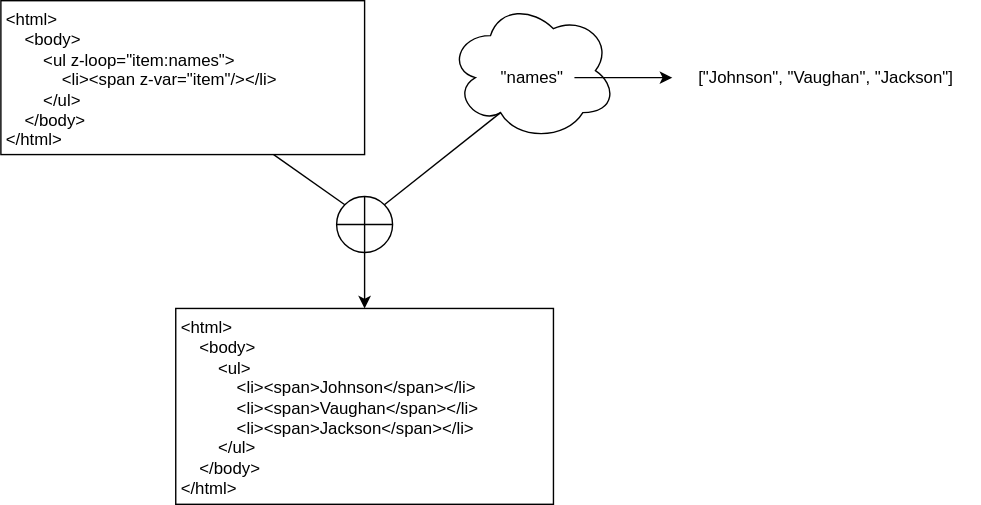
Earlier version of the draw.io export sdxpy/template/api.svg (gvwilson/thirdbit). Source tidied: cells renumbered, new cells last; positions are measured from the earlier drawing's top-left corner, leaving out a move shared by most shapes.
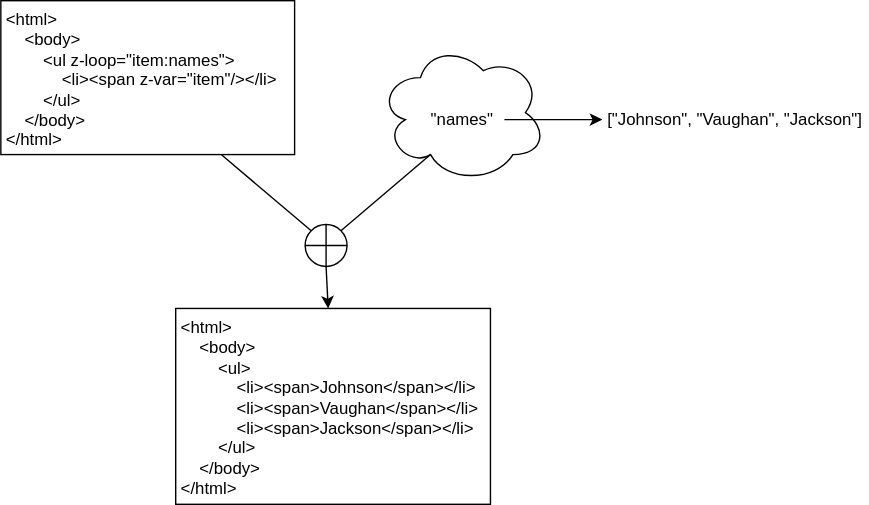
The same diagram one commit later.

Diff of the diagram source:
```diff
@@ -2,34 +2,34 @@
   <root>
     <mxCell id="0" />
     <mxCell id="1" parent="0" />
-    <mxCell id="2" style="ellipse;shape=cloud;whiteSpace=wrap;html=1;fillColor=none;fontFamily=Verdana;" parent="1" vertex="1">
-      <mxGeometry x="320" width="120" height="100" as="geometry" />
+    <mxCell id="2" style="ellipse;shape=cloud;whiteSpace=wrap;html=1;fillColor=none;fontFamily=Helvetica;fontSize=12;" parent="1" vertex="1">
+      <mxGeometry x="230" y="30" width="120" height="100" as="geometry" />
     </mxCell>
-    <mxCell id="3" value="&quot;names&quot;" style="text;html=1;strokeColor=none;fillColor=none;align=center;verticalAlign=middle;whiteSpace=wrap;rounded=0;fontFamily=Verdana;" parent="1" vertex="1">
-      <mxGeometry x="350" y="40" width="60" height="30" as="geometry" />
+    <mxCell id="3" value="&quot;names&quot;" style="text;html=1;strokeColor=none;fillColor=none;align=center;verticalAlign=middle;whiteSpace=wrap;rounded=0;fontFamily=Helvetica;fontSize=12;" parent="1" vertex="1">
+      <mxGeometry x="260" y="70" width="60" height="30" as="geometry" />
     </mxCell>
-    <mxCell id="4" value="[&quot;Johnson&quot;, &quot;Vaughan&quot;, &quot;Jackson&quot;]" style="text;html=1;strokeColor=none;fillColor=none;align=center;verticalAlign=middle;whiteSpace=wrap;rounded=0;fontFamily=Verdana;" parent="1" vertex="1">
-      <mxGeometry x="480" y="40" width="220" height="30" as="geometry" />
+    <mxCell id="4" value="[&quot;Johnson&quot;, &quot;Vaughan&quot;, &quot;Jackson&quot;]" style="text;html=1;strokeColor=none;fillColor=none;align=center;verticalAlign=middle;whiteSpace=wrap;rounded=0;fontFamily=Helvetica;fontSize=12;" parent="1" vertex="1">
+      <mxGeometry x="390" y="70" width="190" height="30" as="geometry" />
     </mxCell>
-    <mxCell id="5" style="endArrow=classic;html=1;rounded=0;entryX=0;entryY=0.5;entryDx=0;entryDy=0;exitX=1;exitY=0.5;exitDx=0;exitDy=0;fontFamily=Verdana;" parent="1" edge="1" source="3" target="4">
+    <mxCell id="5" style="endArrow=classic;html=1;rounded=0;entryX=0;entryY=0.5;entryDx=0;entryDy=0;exitX=1;exitY=0.5;exitDx=0;exitDy=0;fontFamily=Helvetica;fontSize=12;" parent="1" edge="1" source="3" target="4">
       <mxGeometry relative="1" as="geometry" />
     </mxCell>
-    <mxCell id="6" value="&amp;lt;html&amp;gt;&lt;br&gt;&amp;nbsp; &amp;nbsp; &amp;lt;body&amp;gt;&lt;br&gt;&amp;nbsp; &amp;nbsp; &amp;nbsp; &amp;nbsp; &amp;lt;ul z-loop=&quot;item:names&quot;&amp;gt;&lt;br&gt;&amp;nbsp; &amp;nbsp; &amp;nbsp; &amp;nbsp; &amp;nbsp; &amp;nbsp; &amp;lt;li&amp;gt;&amp;lt;span z-var=&quot;item&quot;/&amp;gt;&amp;lt;/li&amp;gt;&lt;br&gt;&amp;nbsp; &amp;nbsp; &amp;nbsp; &amp;nbsp; &amp;lt;/ul&amp;gt;&lt;br&gt;&amp;nbsp; &amp;nbsp; &amp;lt;/body&amp;gt;&lt;br&gt;&amp;lt;/html&amp;gt;" style="text;html=1;strokeColor=default;fillColor=none;align=left;verticalAlign=top;whiteSpace=wrap;rounded=0;fontFamily=Verdana;spacingLeft=2;" parent="1" vertex="1">
-      <mxGeometry width="260" height="110" as="geometry" />
+    <mxCell id="6" value="&amp;lt;html&amp;gt;&lt;br style=&quot;font-size: 12px;&quot;&gt;&amp;nbsp; &amp;nbsp; &amp;lt;body&amp;gt;&lt;br style=&quot;font-size: 12px;&quot;&gt;&amp;nbsp; &amp;nbsp; &amp;nbsp; &amp;nbsp; &amp;lt;ul z-loop=&quot;item:names&quot;&amp;gt;&lt;br style=&quot;font-size: 12px;&quot;&gt;&amp;nbsp; &amp;nbsp; &amp;nbsp; &amp;nbsp; &amp;nbsp; &amp;nbsp; &amp;lt;li&amp;gt;&amp;lt;span z-var=&quot;item&quot;/&amp;gt;&amp;lt;/li&amp;gt;&lt;br style=&quot;font-size: 12px;&quot;&gt;&amp;nbsp; &amp;nbsp; &amp;nbsp; &amp;nbsp; &amp;lt;/ul&amp;gt;&lt;br style=&quot;font-size: 12px;&quot;&gt;&amp;nbsp; &amp;nbsp; &amp;lt;/body&amp;gt;&lt;br style=&quot;font-size: 12px;&quot;&gt;&amp;lt;/html&amp;gt;" style="text;html=1;strokeColor=default;fillColor=none;align=left;verticalAlign=top;whiteSpace=wrap;rounded=0;fontFamily=Helvetica;spacingLeft=2;fontSize=12;" parent="1" vertex="1">
+      <mxGeometry x="-40" width="210" height="110" as="geometry" />
     </mxCell>
-    <mxCell id="7" style="shape=orEllipse;perimeter=ellipsePerimeter;whiteSpace=wrap;html=1;backgroundOutline=1;fontFamily=Verdana;fillColor=none;" parent="1" vertex="1">
-      <mxGeometry x="240" y="140" width="40" height="40" as="geometry" />
+    <mxCell id="7" style="shape=orEllipse;perimeter=ellipsePerimeter;whiteSpace=wrap;html=1;backgroundOutline=1;fontFamily=Helvetica;fillColor=none;fontSize=12;" parent="1" vertex="1">
+      <mxGeometry x="177.5" y="160" width="30" height="30" as="geometry" />
     </mxCell>
-    <mxCell id="8" style="endArrow=none;html=1;rounded=0;fontFamily=Verdana;entryX=0;entryY=0;entryDx=0;entryDy=0;exitX=0.75;exitY=1;exitDx=0;exitDy=0;" parent="1" edge="1" source="6" target="7">
+    <mxCell id="8" style="endArrow=none;html=1;rounded=0;fontFamily=Helvetica;entryX=0;entryY=0;entryDx=0;entryDy=0;exitX=0.75;exitY=1;exitDx=0;exitDy=0;fontSize=12;" parent="1" edge="1" source="6" target="7">
       <mxGeometry relative="1" as="geometry" />
     </mxCell>
-    <mxCell id="9" style="endArrow=none;html=1;rounded=0;fontFamily=Verdana;entryX=0.31;entryY=0.8;entryDx=0;entryDy=0;entryPerimeter=0;exitX=1;exitY=0;exitDx=0;exitDy=0;" parent="1" edge="1" source="7" target="2">
+    <mxCell id="9" style="endArrow=none;html=1;rounded=0;fontFamily=Helvetica;entryX=0.31;entryY=0.8;entryDx=0;entryDy=0;entryPerimeter=0;exitX=1;exitY=0;exitDx=0;exitDy=0;fontSize=12;" parent="1" edge="1" source="7" target="2">
       <mxGeometry relative="1" as="geometry" />
     </mxCell>
-    <mxCell id="10" value="&amp;lt;html&amp;gt;&lt;br&gt;&amp;nbsp; &amp;nbsp; &amp;lt;body&amp;gt;&lt;br&gt;&amp;nbsp; &amp;nbsp; &amp;nbsp; &amp;nbsp; &amp;lt;ul&amp;gt;&lt;br&gt;&amp;nbsp; &amp;nbsp; &amp;nbsp; &amp;nbsp; &amp;nbsp; &amp;nbsp; &amp;lt;li&amp;gt;&amp;lt;span&amp;gt;Johnson&amp;lt;/span&amp;gt;&amp;lt;/li&amp;gt;&lt;br&gt;&amp;nbsp; &amp;nbsp; &amp;nbsp; &amp;nbsp; &amp;nbsp; &amp;nbsp; &amp;lt;li&amp;gt;&amp;lt;span&amp;gt;Vaughan&amp;lt;/span&amp;gt;&amp;lt;/li&amp;gt;&lt;br&gt;&amp;nbsp; &amp;nbsp; &amp;nbsp; &amp;nbsp; &amp;nbsp; &amp;nbsp; &amp;lt;li&amp;gt;&amp;lt;span&amp;gt;Jackson&amp;lt;/span&amp;gt;&amp;lt;/li&amp;gt;&lt;br&gt;&amp;nbsp; &amp;nbsp; &amp;nbsp; &amp;nbsp; &amp;lt;/ul&amp;gt;&lt;br&gt;&amp;nbsp; &amp;nbsp; &amp;lt;/body&amp;gt;&lt;br&gt;&amp;lt;/html&amp;gt;" style="text;html=1;strokeColor=default;fillColor=none;align=left;verticalAlign=top;whiteSpace=wrap;rounded=0;fontFamily=Verdana;spacingLeft=2;" parent="1" vertex="1">
-      <mxGeometry x="125" y="220" width="270" height="140" as="geometry" />
+    <mxCell id="10" value="&amp;lt;html&amp;gt;&lt;br style=&quot;font-size: 12px;&quot;&gt;&amp;nbsp; &amp;nbsp; &amp;lt;body&amp;gt;&lt;br style=&quot;font-size: 12px;&quot;&gt;&amp;nbsp; &amp;nbsp; &amp;nbsp; &amp;nbsp; &amp;lt;ul&amp;gt;&lt;br style=&quot;font-size: 12px;&quot;&gt;&amp;nbsp; &amp;nbsp; &amp;nbsp; &amp;nbsp; &amp;nbsp; &amp;nbsp; &amp;lt;li&amp;gt;&amp;lt;span&amp;gt;Johnson&amp;lt;/span&amp;gt;&amp;lt;/li&amp;gt;&lt;br style=&quot;font-size: 12px;&quot;&gt;&amp;nbsp; &amp;nbsp; &amp;nbsp; &amp;nbsp; &amp;nbsp; &amp;nbsp; &amp;lt;li&amp;gt;&amp;lt;span&amp;gt;Vaughan&amp;lt;/span&amp;gt;&amp;lt;/li&amp;gt;&lt;br style=&quot;font-size: 12px;&quot;&gt;&amp;nbsp; &amp;nbsp; &amp;nbsp; &amp;nbsp; &amp;nbsp; &amp;nbsp; &amp;lt;li&amp;gt;&amp;lt;span&amp;gt;Jackson&amp;lt;/span&amp;gt;&amp;lt;/li&amp;gt;&lt;br style=&quot;font-size: 12px;&quot;&gt;&amp;nbsp; &amp;nbsp; &amp;nbsp; &amp;nbsp; &amp;lt;/ul&amp;gt;&lt;br style=&quot;font-size: 12px;&quot;&gt;&amp;nbsp; &amp;nbsp; &amp;lt;/body&amp;gt;&lt;br style=&quot;font-size: 12px;&quot;&gt;&amp;lt;/html&amp;gt;" style="text;html=1;strokeColor=default;fillColor=none;align=left;verticalAlign=top;whiteSpace=wrap;rounded=0;fontFamily=Helvetica;spacingLeft=2;fontSize=12;" parent="1" vertex="1">
+      <mxGeometry x="85" y="220" width="225" height="140" as="geometry" />
     </mxCell>
-    <mxCell id="11" style="endArrow=classic;html=1;rounded=0;fontFamily=Verdana;exitX=0.5;exitY=1;exitDx=0;exitDy=0;" parent="1" edge="1" source="7" target="10">
+    <mxCell id="11" style="endArrow=classic;html=1;rounded=0;fontFamily=Helvetica;exitX=0.5;exitY=1;exitDx=0;exitDy=0;fontSize=12;" parent="1" edge="1" source="7" target="10">
       <mxGeometry relative="1" as="geometry" />
     </mxCell>
   </root>
```
